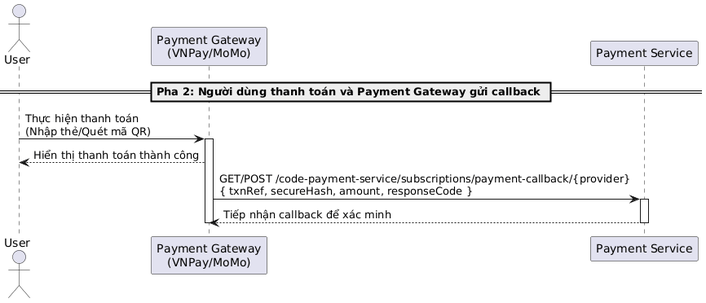
Before: latex/contents/Sequence/UML-Sequence-30.png, a diagram exported from PlantUML (20206205Tech/docs-latex). The source it was exported from:
```plantuml
@startuml
actor "User" as User
participant "Payment Gateway\n(VNPay/MoMo)" as Gateway
participant "Payment Service" as PaymentService

== Pha 2: Người dùng thanh toán và Payment Gateway gửi callback ==

User -> Gateway: Thực hiện thanh toán\n(Nhập thẻ/Quét mã QR)
activate Gateway
Gateway --> User: Hiển thị thanh toán thành công

Gateway -> PaymentService: GET/POST /code-payment-service/subscriptions/payment-callback/{provider}\n{ txnRef, secureHash, amount, responseCode }
activate PaymentService
PaymentService --> Gateway: Tiếp nhận callback để xác minh
deactivate PaymentService
deactivate Gateway
@enduml
```
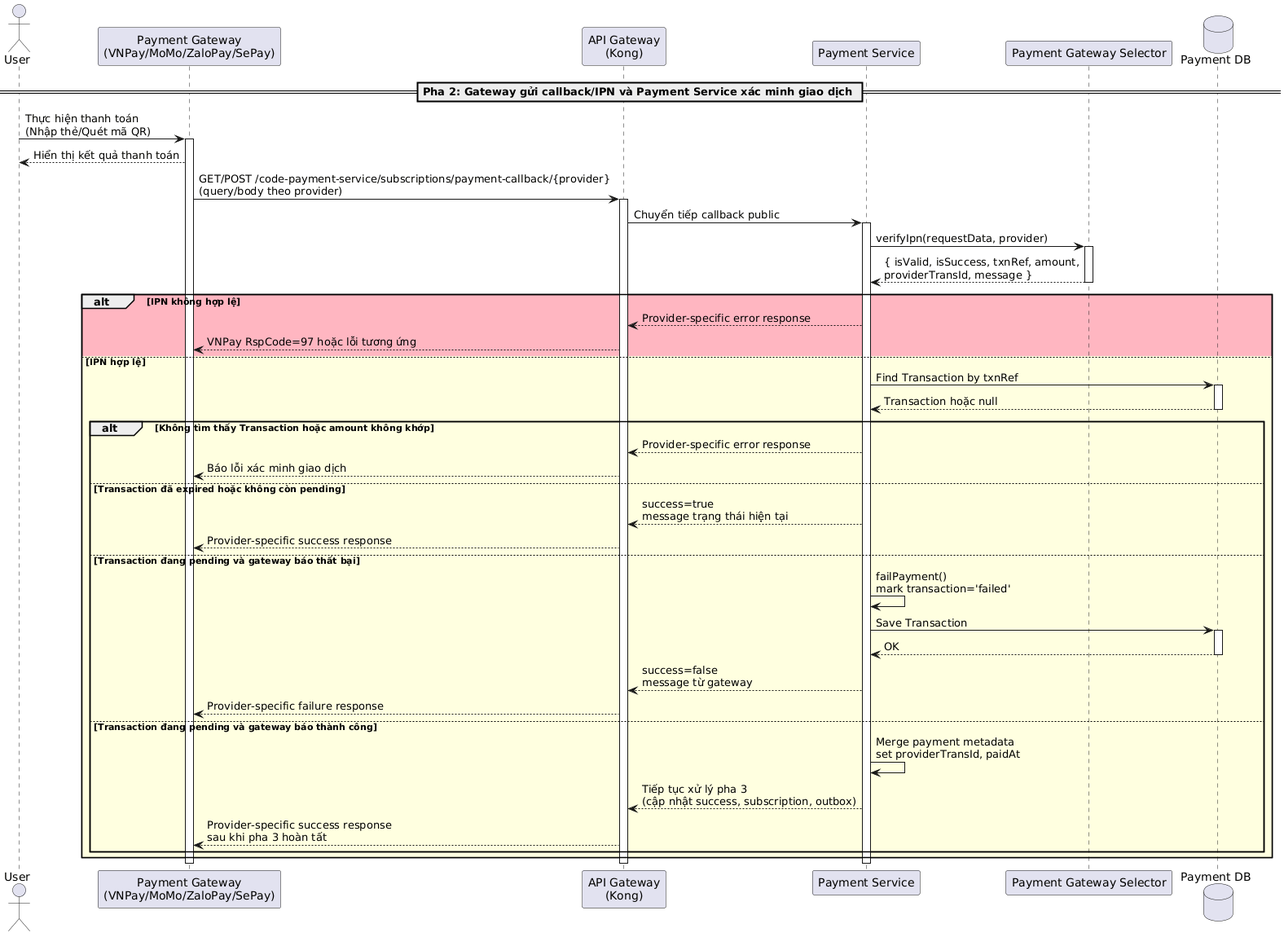
The same diagram one commit later.

Diff of the diagram source:
```diff
@@ -1,17 +1,58 @@
 @startuml
 actor "User" as User
-participant "Payment Gateway\n(VNPay/MoMo)" as Gateway
+participant "Payment Gateway\n(VNPay/MoMo/ZaloPay/SePay)" as Gateway
+participant "API Gateway\n(Kong)" as Kong
 participant "Payment Service" as PaymentService
+participant "Payment Gateway Selector" as GatewaySelector
+database "Payment DB" as DB
 
-== Pha 2: Người dùng thanh toán và Payment Gateway gửi callback ==
+== Pha 2: Gateway gửi callback/IPN và Payment Service xác minh giao dịch ==
 
 User -> Gateway: Thực hiện thanh toán\n(Nhập thẻ/Quét mã QR)
 activate Gateway
-Gateway --> User: Hiển thị thanh toán thành công
+Gateway --> User: Hiển thị kết quả thanh toán
 
-Gateway -> PaymentService: GET/POST /code-payment-service/subscriptions/payment-callback/{provider}\n{ txnRef, secureHash, amount, responseCode }
+Gateway -> Kong: GET/POST /code-payment-service/subscriptions/payment-callback/{provider}\n(query/body theo provider)
+activate Kong
+Kong -> PaymentService: Chuyển tiếp callback public
 activate PaymentService
-PaymentService --> Gateway: Tiếp nhận callback để xác minh
+
+PaymentService -> GatewaySelector: verifyIpn(requestData, provider)
+activate GatewaySelector
+GatewaySelector --> PaymentService: { isValid, isSuccess, txnRef, amount,\nproviderTransId, message }
+deactivate GatewaySelector
+
+alt #LightPink IPN không hợp lệ
+PaymentService --> Kong: Provider-specific error response
+Kong --> Gateway: VNPay RspCode=97 hoặc lỗi tương ứng
+else #LightYellow IPN hợp lệ
+PaymentService -> DB: Find Transaction by txnRef
+activate DB
+DB --> PaymentService: Transaction hoặc null
+deactivate DB
+
+alt Không tìm thấy Transaction hoặc amount không khớp
+PaymentService --> Kong: Provider-specific error response
+Kong --> Gateway: Báo lỗi xác minh giao dịch
+else Transaction đã expired hoặc không còn pending
+PaymentService --> Kong: success=true\nmessage trạng thái hiện tại
+Kong --> Gateway: Provider-specific success response
+else Transaction đang pending và gateway báo thất bại
+PaymentService -> PaymentService: failPayment()\nmark transaction='failed'
+PaymentService -> DB: Save Transaction
+activate DB
+DB --> PaymentService: OK
+deactivate DB
+PaymentService --> Kong: success=false\nmessage từ gateway
+Kong --> Gateway: Provider-specific failure response
+else Transaction đang pending và gateway báo thành công
+PaymentService -> PaymentService: Merge payment metadata\nset providerTransId, paidAt
+PaymentService --> Kong: Tiếp tục xử lý pha 3\n(cập nhật success, subscription, outbox)
+Kong --> Gateway: Provider-specific success response\nsau khi pha 3 hoàn tất
+end
+end
+
 deactivate PaymentService
+deactivate Kong
 deactivate Gateway
 @enduml
```
